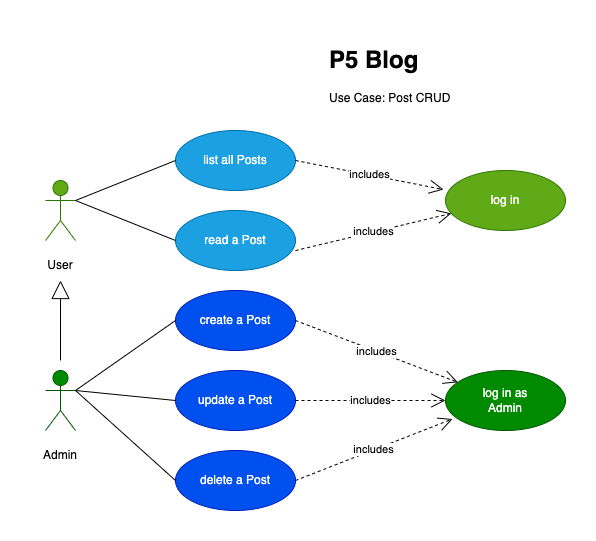
Above: UMLdiagrams/Blog_UseCase.png in AnnaigJegourel/OC-P5-Creez-votre-premier-blog-en-PHP (draw.io), before the change. Source tidied: cells renumbered, new cells last; positions are measured from the earlier drawing's top-left corner, leaving out a move shared by most shapes. The source it was exported from:
```xml
<mxGraphModel>
  <root>
    <mxCell id="0" />
    <mxCell id="1" parent="0" />
    <mxCell id="2" value="Actor" style="shape=umlActor;verticalLabelPosition=bottom;verticalAlign=top;html=1;outlineConnect=0;fillColor=#60a917;fontColor=#ffffff;strokeColor=#2D7600;" parent="1" vertex="1">
      <mxGeometry x="15" y="140" width="30" height="60" as="geometry" />
    </mxCell>
    <mxCell id="3" value="&lt;h1&gt;P5 Blog&lt;/h1&gt;&lt;div&gt;Use Case: Post CRUD&lt;/div&gt;" style="text;html=1;strokeColor=none;fillColor=none;spacing=5;spacingTop=-20;whiteSpace=wrap;overflow=hidden;rounded=0;" parent="1" vertex="1">
      <mxGeometry x="294" width="141" height="80" as="geometry" />
    </mxCell>
    <mxCell id="4" value="User" style="text;html=1;strokeColor=none;fillColor=none;align=center;verticalAlign=middle;whiteSpace=wrap;rounded=0;" parent="1" vertex="1">
      <mxGeometry y="210" width="60" height="30" as="geometry" />
    </mxCell>
    <mxCell id="5" value="list all Posts" style="ellipse;whiteSpace=wrap;html=1;fillColor=#1ba1e2;fontColor=#ffffff;strokeColor=#006EAF;" parent="1" vertex="1">
      <mxGeometry x="145" y="90" width="120" height="60" as="geometry" />
    </mxCell>
    <mxCell id="6" value="read a Post" style="ellipse;whiteSpace=wrap;html=1;fillColor=#1ba1e2;fontColor=#ffffff;strokeColor=#006EAF;" parent="1" vertex="1">
      <mxGeometry x="145" y="170" width="120" height="60" as="geometry" />
    </mxCell>
    <mxCell id="7" style="endArrow=none;html=1;rounded=0;entryX=0;entryY=0.5;entryDx=0;entryDy=0;" parent="1" edge="1" target="5">
      <mxGeometry relative="1" as="geometry">
        <mxPoint x="45" y="160" as="sourcePoint" />
      </mxGeometry>
    </mxCell>
    <mxCell id="8" style="endArrow=none;html=1;rounded=0;entryX=0;entryY=0.5;entryDx=0;entryDy=0;exitX=1;exitY=0.3333333333333333;exitDx=0;exitDy=0;exitPerimeter=0;" parent="1" edge="1" source="2" target="6">
      <mxGeometry relative="1" as="geometry" />
    </mxCell>
    <mxCell id="9" value="create a Post" style="ellipse;whiteSpace=wrap;html=1;fillColor=#0050ef;fontColor=#ffffff;strokeColor=#001DBC;" parent="1" vertex="1">
      <mxGeometry x="145" y="250" width="120" height="60" as="geometry" />
    </mxCell>
    <mxCell id="10" value="Actor" style="shape=umlActor;verticalLabelPosition=bottom;verticalAlign=top;html=1;outlineConnect=0;fillColor=#008a00;fontColor=#ffffff;strokeColor=#005700;" parent="1" vertex="1">
      <mxGeometry x="15" y="330" width="30" height="60" as="geometry" />
    </mxCell>
    <mxCell id="11" value="Admin" style="text;html=1;strokeColor=none;fillColor=none;align=center;verticalAlign=middle;whiteSpace=wrap;rounded=0;" parent="1" vertex="1">
      <mxGeometry y="400" width="60" height="30" as="geometry" />
    </mxCell>
    <mxCell id="12" style="endArrow=block;endSize=16;endFill=0;html=1;rounded=0;entryX=0.5;entryY=1;entryDx=0;entryDy=0;" parent="1" edge="1" target="4">
      <mxGeometry x="-0.09" y="-20" relative="1" as="geometry">
        <mxPoint x="30" y="320" as="sourcePoint" />
      </mxGeometry>
    </mxCell>
    <mxCell id="13" value="update a Post" style="ellipse;whiteSpace=wrap;html=1;fillColor=#0050ef;fontColor=#ffffff;strokeColor=#001DBC;" parent="1" vertex="1">
      <mxGeometry x="145" y="330" width="120" height="60" as="geometry" />
    </mxCell>
    <mxCell id="14" value="delete a Post" style="ellipse;whiteSpace=wrap;html=1;fillColor=#0050ef;fontColor=#ffffff;strokeColor=#001DBC;" parent="1" vertex="1">
      <mxGeometry x="145" y="410" width="120" height="60" as="geometry" />
    </mxCell>
    <mxCell id="15" style="endArrow=none;html=1;rounded=0;entryX=0;entryY=0.5;entryDx=0;entryDy=0;exitX=1;exitY=0.3333333333333333;exitDx=0;exitDy=0;exitPerimeter=0;" parent="1" edge="1" source="10" target="9">
      <mxGeometry relative="1" as="geometry" />
    </mxCell>
    <mxCell id="16" style="endArrow=none;html=1;rounded=0;entryX=0;entryY=0.5;entryDx=0;entryDy=0;" parent="1" edge="1" target="13">
      <mxGeometry relative="1" as="geometry">
        <mxPoint x="45" y="350" as="sourcePoint" />
      </mxGeometry>
    </mxCell>
    <mxCell id="17" style="endArrow=none;html=1;rounded=0;entryX=0;entryY=0.5;entryDx=0;entryDy=0;" parent="1" edge="1" target="14">
      <mxGeometry relative="1" as="geometry">
        <mxPoint x="45" y="350" as="sourcePoint" />
      </mxGeometry>
    </mxCell>
    <mxCell id="18" value="log in as&lt;br&gt;Admin" style="ellipse;whiteSpace=wrap;html=1;fillColor=#008a00;fontColor=#ffffff;strokeColor=#005700;" parent="1" vertex="1">
      <mxGeometry x="415" y="330" width="120" height="60" as="geometry" />
    </mxCell>
    <mxCell id="19" value="includes" style="endArrow=open;endSize=12;dashed=1;html=1;rounded=0;exitX=1;exitY=0.5;exitDx=0;exitDy=0;" parent="1" edge="1" source="9" target="18">
      <mxGeometry relative="1" as="geometry" />
    </mxCell>
    <mxCell id="20" value="includes" style="endArrow=open;endSize=12;dashed=1;html=1;rounded=0;exitX=1;exitY=0.5;exitDx=0;exitDy=0;entryX=0;entryY=0.5;entryDx=0;entryDy=0;" parent="1" edge="1" source="13" target="18">
      <mxGeometry relative="1" as="geometry" />
    </mxCell>
    <mxCell id="21" value="includes" style="endArrow=open;endSize=12;dashed=1;html=1;rounded=0;exitX=1;exitY=0.5;exitDx=0;exitDy=0;entryX=0.058;entryY=0.808;entryDx=0;entryDy=0;entryPerimeter=0;" parent="1" edge="1" source="14" target="18">
      <mxGeometry relative="1" as="geometry" />
    </mxCell>
    <mxCell id="22" value="log in" style="ellipse;whiteSpace=wrap;html=1;fillColor=#60a917;fontColor=#ffffff;strokeColor=#2D7600;" parent="1" vertex="1">
      <mxGeometry x="415" y="130" width="120" height="60" as="geometry" />
    </mxCell>
    <mxCell id="23" value="includes" style="endArrow=open;endSize=12;dashed=1;html=1;rounded=0;entryX=-0.017;entryY=0.317;entryDx=0;entryDy=0;entryPerimeter=0;" parent="1" edge="1" target="22">
      <mxGeometry relative="1" as="geometry">
        <mxPoint x="265" y="120" as="sourcePoint" />
      </mxGeometry>
    </mxCell>
    <mxCell id="24" value="includes" style="endArrow=open;endSize=12;dashed=1;html=1;rounded=0;exitX=1;exitY=0.667;exitDx=0;exitDy=0;exitPerimeter=0;" parent="1" edge="1" source="6" target="22">
      <mxGeometry relative="1" as="geometry" />
    </mxCell>
  </root>
</mxGraphModel>
```
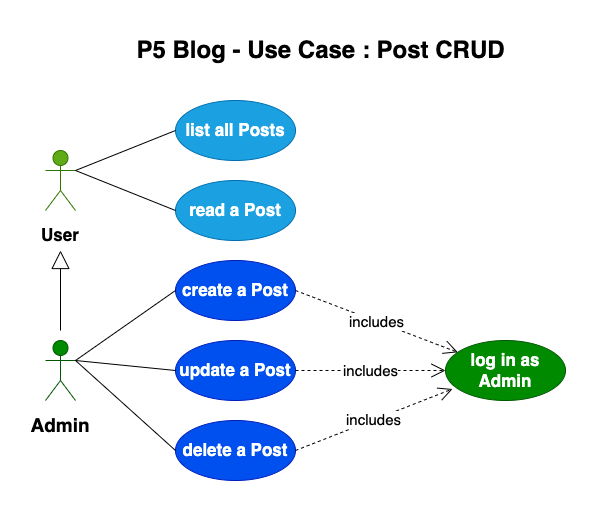
The same file after the commit.

Commit message:
Update UseCase (delete login)

Change to the diagram source:
```diff
@@ -5,16 +5,13 @@
     <mxCell id="2" value="Actor" style="shape=umlActor;verticalLabelPosition=bottom;verticalAlign=top;html=1;outlineConnect=0;fillColor=#60a917;fontColor=#ffffff;strokeColor=#2D7600;" parent="1" vertex="1">
       <mxGeometry x="15" y="140" width="30" height="60" as="geometry" />
     </mxCell>
-    <mxCell id="3" value="&lt;h1&gt;P5 Blog&lt;/h1&gt;&lt;div&gt;Use Case: Post CRUD&lt;/div&gt;" style="text;html=1;strokeColor=none;fillColor=none;spacing=5;spacingTop=-20;whiteSpace=wrap;overflow=hidden;rounded=0;" parent="1" vertex="1">
-      <mxGeometry x="294" width="141" height="80" as="geometry" />
-    </mxCell>
-    <mxCell id="4" value="User" style="text;html=1;strokeColor=none;fillColor=none;align=center;verticalAlign=middle;whiteSpace=wrap;rounded=0;" parent="1" vertex="1">
+    <mxCell id="4" value="&lt;b&gt;&lt;font style=&quot;font-size: 17px;&quot;&gt;User&lt;/font&gt;&lt;/b&gt;" style="text;html=1;strokeColor=none;fillColor=none;align=center;verticalAlign=middle;whiteSpace=wrap;rounded=0;" parent="1" vertex="1">
       <mxGeometry y="210" width="60" height="30" as="geometry" />
     </mxCell>
-    <mxCell id="5" value="list all Posts" style="ellipse;whiteSpace=wrap;html=1;fillColor=#1ba1e2;fontColor=#ffffff;strokeColor=#006EAF;" parent="1" vertex="1">
+    <mxCell id="5" value="&lt;b&gt;&lt;font style=&quot;font-size: 17px;&quot;&gt;list all Posts&lt;/font&gt;&lt;/b&gt;" style="ellipse;whiteSpace=wrap;html=1;fillColor=#1ba1e2;fontColor=#ffffff;strokeColor=#006EAF;" parent="1" vertex="1">
       <mxGeometry x="145" y="90" width="120" height="60" as="geometry" />
     </mxCell>
-    <mxCell id="6" value="read a Post" style="ellipse;whiteSpace=wrap;html=1;fillColor=#1ba1e2;fontColor=#ffffff;strokeColor=#006EAF;" parent="1" vertex="1">
+    <mxCell id="6" value="&lt;b&gt;&lt;font style=&quot;font-size: 17px;&quot;&gt;read a Post&lt;/font&gt;&lt;/b&gt;" style="ellipse;whiteSpace=wrap;html=1;fillColor=#1ba1e2;fontColor=#ffffff;strokeColor=#006EAF;" parent="1" vertex="1">
       <mxGeometry x="145" y="170" width="120" height="60" as="geometry" />
     </mxCell>
     <mxCell id="7" style="endArrow=none;html=1;rounded=0;entryX=0;entryY=0.5;entryDx=0;entryDy=0;" parent="1" edge="1" target="5">
@@ -25,13 +22,13 @@
     <mxCell id="8" style="endArrow=none;html=1;rounded=0;entryX=0;entryY=0.5;entryDx=0;entryDy=0;exitX=1;exitY=0.3333333333333333;exitDx=0;exitDy=0;exitPerimeter=0;" parent="1" edge="1" source="2" target="6">
       <mxGeometry relative="1" as="geometry" />
     </mxCell>
-    <mxCell id="9" value="create a Post" style="ellipse;whiteSpace=wrap;html=1;fillColor=#0050ef;fontColor=#ffffff;strokeColor=#001DBC;" parent="1" vertex="1">
+    <mxCell id="9" value="&lt;b&gt;&lt;font style=&quot;font-size: 17px;&quot;&gt;create a Post&lt;/font&gt;&lt;/b&gt;" style="ellipse;whiteSpace=wrap;html=1;fillColor=#0050ef;fontColor=#ffffff;strokeColor=#001DBC;" parent="1" vertex="1">
       <mxGeometry x="145" y="250" width="120" height="60" as="geometry" />
     </mxCell>
     <mxCell id="10" value="Actor" style="shape=umlActor;verticalLabelPosition=bottom;verticalAlign=top;html=1;outlineConnect=0;fillColor=#008a00;fontColor=#ffffff;strokeColor=#005700;" parent="1" vertex="1">
       <mxGeometry x="15" y="330" width="30" height="60" as="geometry" />
     </mxCell>
-    <mxCell id="11" value="Admin" style="text;html=1;strokeColor=none;fillColor=none;align=center;verticalAlign=middle;whiteSpace=wrap;rounded=0;" parent="1" vertex="1">
+    <mxCell id="11" value="&lt;b&gt;&lt;font style=&quot;font-size: 19px;&quot;&gt;Admin&lt;/font&gt;&lt;/b&gt;" style="text;html=1;strokeColor=none;fillColor=none;align=center;verticalAlign=middle;whiteSpace=wrap;rounded=0;" parent="1" vertex="1">
       <mxGeometry y="400" width="60" height="30" as="geometry" />
     </mxCell>
     <mxCell id="12" style="endArrow=block;endSize=16;endFill=0;html=1;rounded=0;entryX=0.5;entryY=1;entryDx=0;entryDy=0;" parent="1" edge="1" target="4">
@@ -39,10 +36,10 @@
         <mxPoint x="30" y="320" as="sourcePoint" />
       </mxGeometry>
     </mxCell>
-    <mxCell id="13" value="update a Post" style="ellipse;whiteSpace=wrap;html=1;fillColor=#0050ef;fontColor=#ffffff;strokeColor=#001DBC;" parent="1" vertex="1">
+    <mxCell id="13" value="&lt;font size=&quot;1&quot; style=&quot;&quot;&gt;&lt;b style=&quot;font-size: 17px;&quot;&gt;update a Post&lt;/b&gt;&lt;/font&gt;" style="ellipse;whiteSpace=wrap;html=1;fillColor=#0050ef;fontColor=#ffffff;strokeColor=#001DBC;" parent="1" vertex="1">
       <mxGeometry x="145" y="330" width="120" height="60" as="geometry" />
     </mxCell>
-    <mxCell id="14" value="delete a Post" style="ellipse;whiteSpace=wrap;html=1;fillColor=#0050ef;fontColor=#ffffff;strokeColor=#001DBC;" parent="1" vertex="1">
+    <mxCell id="14" value="&lt;b&gt;&lt;font style=&quot;font-size: 17px;&quot;&gt;delete a Post&lt;/font&gt;&lt;/b&gt;" style="ellipse;whiteSpace=wrap;html=1;fillColor=#0050ef;fontColor=#ffffff;strokeColor=#001DBC;" parent="1" vertex="1">
       <mxGeometry x="145" y="410" width="120" height="60" as="geometry" />
     </mxCell>
     <mxCell id="15" style="endArrow=none;html=1;rounded=0;entryX=0;entryY=0.5;entryDx=0;entryDy=0;exitX=1;exitY=0.3333333333333333;exitDx=0;exitDy=0;exitPerimeter=0;" parent="1" edge="1" source="10" target="9">
@@ -58,28 +55,20 @@
         <mxPoint x="45" y="350" as="sourcePoint" />
       </mxGeometry>
     </mxCell>
-    <mxCell id="18" value="log in as&lt;br&gt;Admin" style="ellipse;whiteSpace=wrap;html=1;fillColor=#008a00;fontColor=#ffffff;strokeColor=#005700;" parent="1" vertex="1">
+    <mxCell id="18" value="&lt;b style=&quot;font-size: 17px;&quot;&gt;log in as&lt;br&gt;Admin&lt;/b&gt;" style="ellipse;whiteSpace=wrap;html=1;fillColor=#008a00;fontColor=#ffffff;strokeColor=#005700;" parent="1" vertex="1">
       <mxGeometry x="415" y="330" width="120" height="60" as="geometry" />
     </mxCell>
-    <mxCell id="19" value="includes" style="endArrow=open;endSize=12;dashed=1;html=1;rounded=0;exitX=1;exitY=0.5;exitDx=0;exitDy=0;" parent="1" edge="1" source="9" target="18">
+    <mxCell id="19" value="&lt;font style=&quot;font-size: 15px;&quot;&gt;includes&lt;/font&gt;" style="endArrow=open;endSize=12;dashed=1;html=1;rounded=0;exitX=1;exitY=0.5;exitDx=0;exitDy=0;" parent="1" edge="1" source="9" target="18">
       <mxGeometry relative="1" as="geometry" />
     </mxCell>
-    <mxCell id="20" value="includes" style="endArrow=open;endSize=12;dashed=1;html=1;rounded=0;exitX=1;exitY=0.5;exitDx=0;exitDy=0;entryX=0;entryY=0.5;entryDx=0;entryDy=0;" parent="1" edge="1" source="13" target="18">
+    <mxCell id="20" value="&lt;font style=&quot;font-size: 15px;&quot;&gt;includes&lt;/font&gt;" style="endArrow=open;endSize=12;dashed=1;html=1;rounded=0;exitX=1;exitY=0.5;exitDx=0;exitDy=0;entryX=0;entryY=0.5;entryDx=0;entryDy=0;" parent="1" edge="1" source="13" target="18">
       <mxGeometry relative="1" as="geometry" />
     </mxCell>
-    <mxCell id="21" value="includes" style="endArrow=open;endSize=12;dashed=1;html=1;rounded=0;exitX=1;exitY=0.5;exitDx=0;exitDy=0;entryX=0.058;entryY=0.808;entryDx=0;entryDy=0;entryPerimeter=0;" parent="1" edge="1" source="14" target="18">
+    <mxCell id="21" value="&lt;font style=&quot;font-size: 15px;&quot;&gt;includes&lt;/font&gt;" style="endArrow=open;endSize=12;dashed=1;html=1;rounded=0;exitX=1;exitY=0.5;exitDx=0;exitDy=0;entryX=0.058;entryY=0.808;entryDx=0;entryDy=0;entryPerimeter=0;" parent="1" edge="1" source="14" target="18">
       <mxGeometry relative="1" as="geometry" />
     </mxCell>
-    <mxCell id="22" value="log in" style="ellipse;whiteSpace=wrap;html=1;fillColor=#60a917;fontColor=#ffffff;strokeColor=#2D7600;" parent="1" vertex="1">
-      <mxGeometry x="415" y="130" width="120" height="60" as="geometry" />
-    </mxCell>
-    <mxCell id="23" value="includes" style="endArrow=open;endSize=12;dashed=1;html=1;rounded=0;entryX=-0.017;entryY=0.317;entryDx=0;entryDy=0;entryPerimeter=0;" parent="1" edge="1" target="22">
-      <mxGeometry relative="1" as="geometry">
-        <mxPoint x="265" y="120" as="sourcePoint" />
-      </mxGeometry>
-    </mxCell>
-    <mxCell id="24" value="includes" style="endArrow=open;endSize=12;dashed=1;html=1;rounded=0;exitX=1;exitY=0.667;exitDx=0;exitDy=0;exitPerimeter=0;" parent="1" edge="1" source="6" target="22">
-      <mxGeometry relative="1" as="geometry" />
-    </mxCell>
+    <mxCell id="25" value="P5 Blog - Use Case : Post CRUD" style="text;strokeColor=none;fillColor=none;html=1;fontSize=24;fontStyle=1;verticalAlign=middle;align=center;" parent="1" vertex="1">
+      <mxGeometry x="85" y="20" width="410" height="40" as="geometry" />
+    </mxCell>
   </root>
 </mxGraphModel>
```
